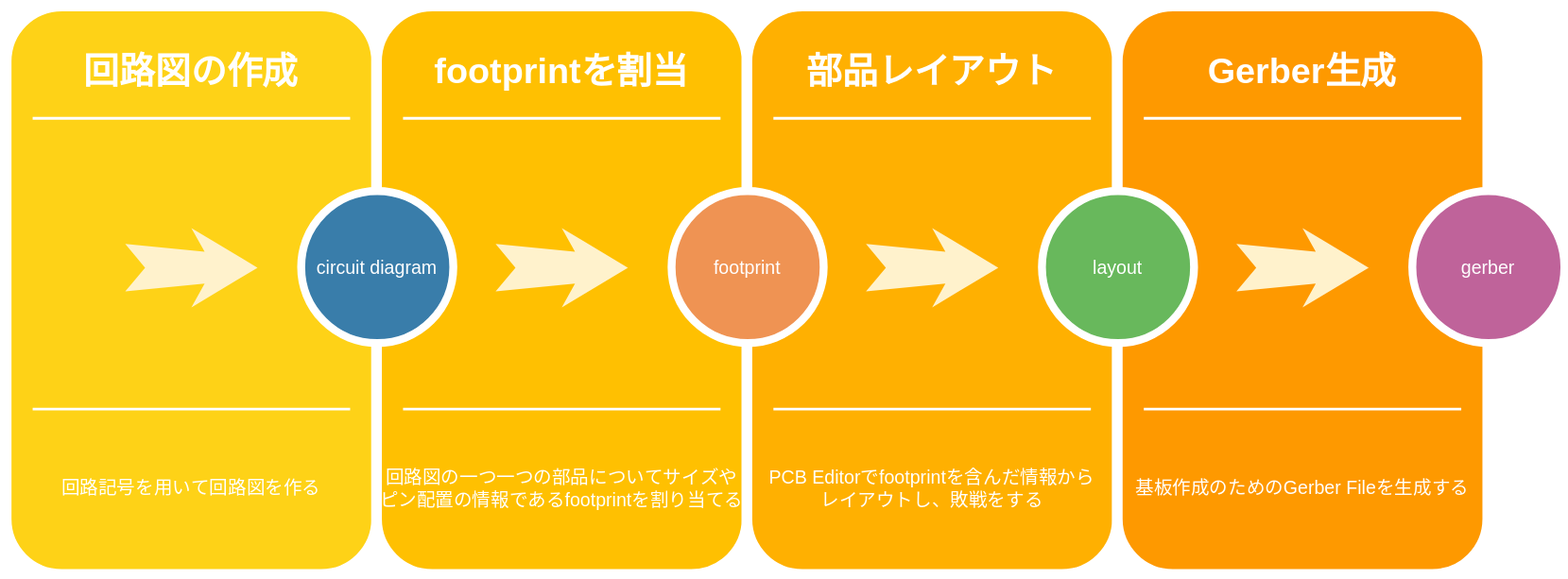
Above: images/KiCAD7.drawio.svg in etalli/HOWTO (draw.io), before the change. Source tidied: cells renumbered, new cells last; positions are measured from the earlier drawing's top-left corner, leaving out a move shared by most shapes.
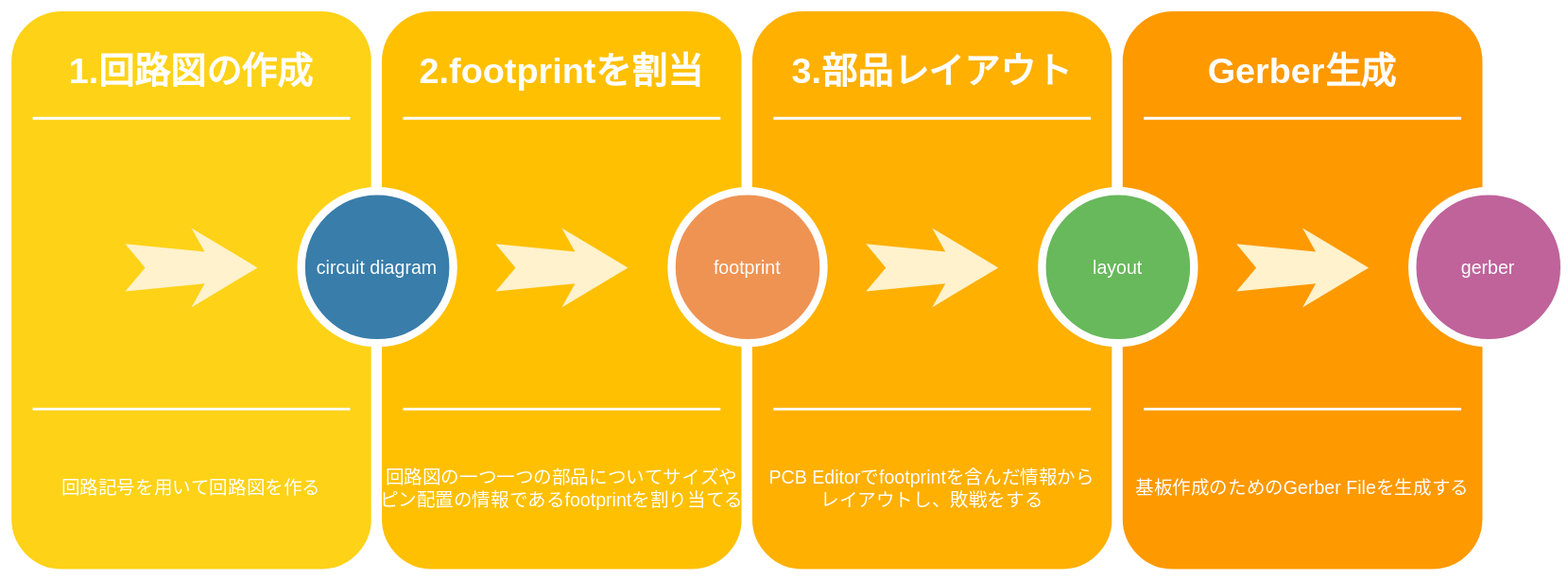
Later version of the same file.

The edit, as a diff of the source:
```diff
@@ -5,7 +5,7 @@
     <mxCell id="2" style="whiteSpace=wrap;html=1;rounded=1;shadow=0;strokeWidth=8;fontSize=20;align=center;fillColor=#FED217;strokeColor=#FFFFFF;" parent="1" vertex="1">
       <mxGeometry width="280" height="430" as="geometry" />
     </mxCell>
-    <mxCell id="3" value="回路図の作成" style="text;html=1;strokeColor=none;fillColor=none;align=center;verticalAlign=middle;whiteSpace=wrap;rounded=0;shadow=0;fontSize=27;fontColor=#FFFFFF;fontStyle=1;" parent="1" vertex="1">
+    <mxCell id="3" value="1.回路図の作成" style="text;html=1;strokeColor=none;fillColor=none;align=center;verticalAlign=middle;whiteSpace=wrap;rounded=0;shadow=0;fontSize=27;fontColor=#FFFFFF;fontStyle=1;" parent="1" vertex="1">
       <mxGeometry y="20" width="280" height="60" as="geometry" />
     </mxCell>
     <mxCell id="4" value="回路記号を用いて回路図を作る" style="text;html=1;strokeColor=none;fillColor=none;align=center;verticalAlign=middle;whiteSpace=wrap;rounded=0;shadow=0;fontSize=14;fontColor=#FFFFFF;" parent="1" vertex="1">
@@ -23,7 +23,7 @@
     <mxCell id="8" style="whiteSpace=wrap;html=1;rounded=1;shadow=0;strokeWidth=8;fontSize=20;align=center;fillColor=#FFC001;strokeColor=#FFFFFF;" parent="1" vertex="1">
       <mxGeometry x="280" width="280" height="430" as="geometry" />
     </mxCell>
-    <mxCell id="9" value="footprintを割当" style="text;html=1;strokeColor=none;fillColor=none;align=center;verticalAlign=middle;whiteSpace=wrap;rounded=0;shadow=0;fontSize=27;fontColor=#FFFFFF;fontStyle=1;" parent="1" vertex="1">
+    <mxCell id="9" value="2.footprintを割当" style="text;html=1;strokeColor=none;fillColor=none;align=center;verticalAlign=middle;whiteSpace=wrap;rounded=0;shadow=0;fontSize=27;fontColor=#FFFFFF;fontStyle=1;" parent="1" vertex="1">
       <mxGeometry x="280" y="20" width="280" height="60" as="geometry" />
     </mxCell>
     <mxCell id="10" value="回路図の一つ一つの部品についてサイズやピン配置の情報であるfootprintを割り当てる" style="text;html=1;strokeColor=none;fillColor=none;align=center;verticalAlign=middle;whiteSpace=wrap;rounded=0;shadow=0;fontSize=14;fontColor=#FFFFFF;" parent="1" vertex="1">
@@ -44,7 +44,7 @@
     <mxCell id="15" style="whiteSpace=wrap;html=1;rounded=1;shadow=0;strokeWidth=8;fontSize=20;align=center;fillColor=#FFB001;strokeColor=#FFFFFF;" parent="1" vertex="1">
       <mxGeometry x="560" width="280" height="430" as="geometry" />
     </mxCell>
-    <mxCell id="16" value="部品レイアウト" style="text;html=1;strokeColor=none;fillColor=none;align=center;verticalAlign=middle;whiteSpace=wrap;rounded=0;shadow=0;fontSize=27;fontColor=#FFFFFF;fontStyle=1;" parent="1" vertex="1">
+    <mxCell id="16" value="3.部品レイアウト" style="text;html=1;strokeColor=none;fillColor=none;align=center;verticalAlign=middle;whiteSpace=wrap;rounded=0;shadow=0;fontSize=27;fontColor=#FFFFFF;fontStyle=1;" parent="1" vertex="1">
       <mxGeometry x="560" y="20" width="280" height="60" as="geometry" />
     </mxCell>
     <mxCell id="17" value="PCB Editorでfootprintを含んだ情報から&lt;br&gt;レイアウトし、敗戦をする" style="text;html=1;strokeColor=none;fillColor=none;align=center;verticalAlign=middle;whiteSpace=wrap;rounded=0;shadow=0;fontSize=14;fontColor=#FFFFFF;" parent="1" vertex="1">
```
